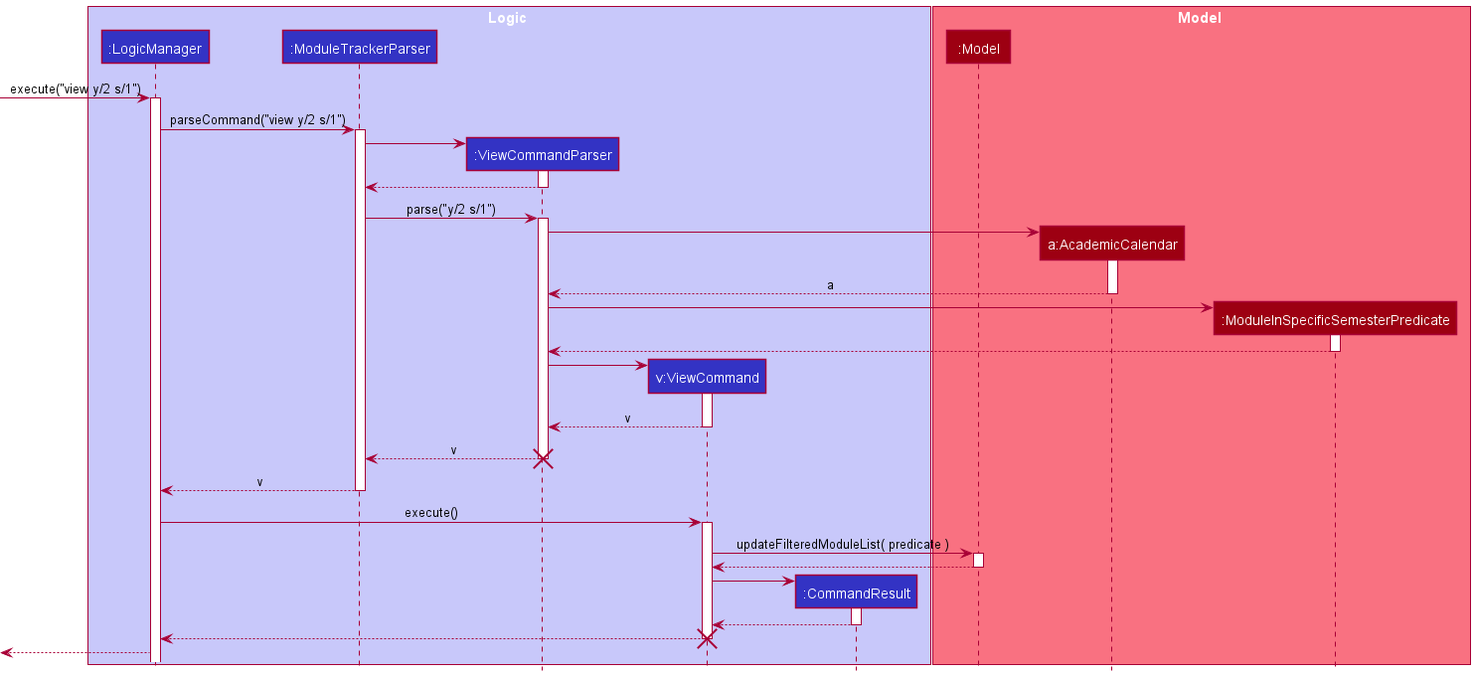
Before: docs/images/ViewSequenceDiagram.png, a diagram exported from PlantUML (nus-cs2103-AY2122S1/tp). Its diagram source:
```plantuml
@startuml

!include Style.puml

box Logic LOGIC_COLOR_T1
participant ":LogicManager" as LogicManager LOGIC_COLOR
participant ":ModuleTrackerParser" as ModuleTrackerParser LOGIC_COLOR
participant ":ViewCommandParser" as ViewCommandParser LOGIC_COLOR
participant "v:ViewCommand" as ViewCommand LOGIC_COLOR
participant ":CommandResult" as CommandResult LOGIC_COLOR
end box

box Model MODEL_COLOR_T1
participant ":Model" as Model MODEL_COLOR
participant "a:AcademicCalendar" as AcademicCalendar MODEL_COLOR
participant ":ModuleInSpecificSemesterPredicate" as ModuleInSpecificSemesterPredicate MODEL_COLOR
end box

[-> LogicManager++ : execute("view y/2 s/1")

LogicManager -> ModuleTrackerParser++ : parseCommand("view y/2 s/1")

create ViewCommandParser
ModuleTrackerParser -> ViewCommandParser++

ViewCommandParser --> ModuleTrackerParser--

ModuleTrackerParser -> ViewCommandParser++ : parse("y/2 s/1")

create AcademicCalendar
ViewCommandParser -> AcademicCalendar++

AcademicCalendar --> ViewCommandParser-- : a

create ModuleInSpecificSemesterPredicate
ViewCommandParser -> ModuleInSpecificSemesterPredicate++

ModuleInSpecificSemesterPredicate --> ViewCommandParser--

create ViewCommand
ViewCommandParser -> ViewCommand++
ViewCommand -->ViewCommandParser-- : v

ViewCommandParser --> ModuleTrackerParser-- : v
destroy ViewCommandParser

ModuleTrackerParser --> LogicManager-- : v

LogicManager -> ViewCommand++ : execute()

ViewCommand -> Model++ : updateFilteredModuleList( predicate )

Model --> ViewCommand--

create CommandResult
ViewCommand -> CommandResult++
CommandResult --> ViewCommand--

ViewCommand --> LogicManager--

destroy ViewCommand
LogicManager -->[

@enduml
```
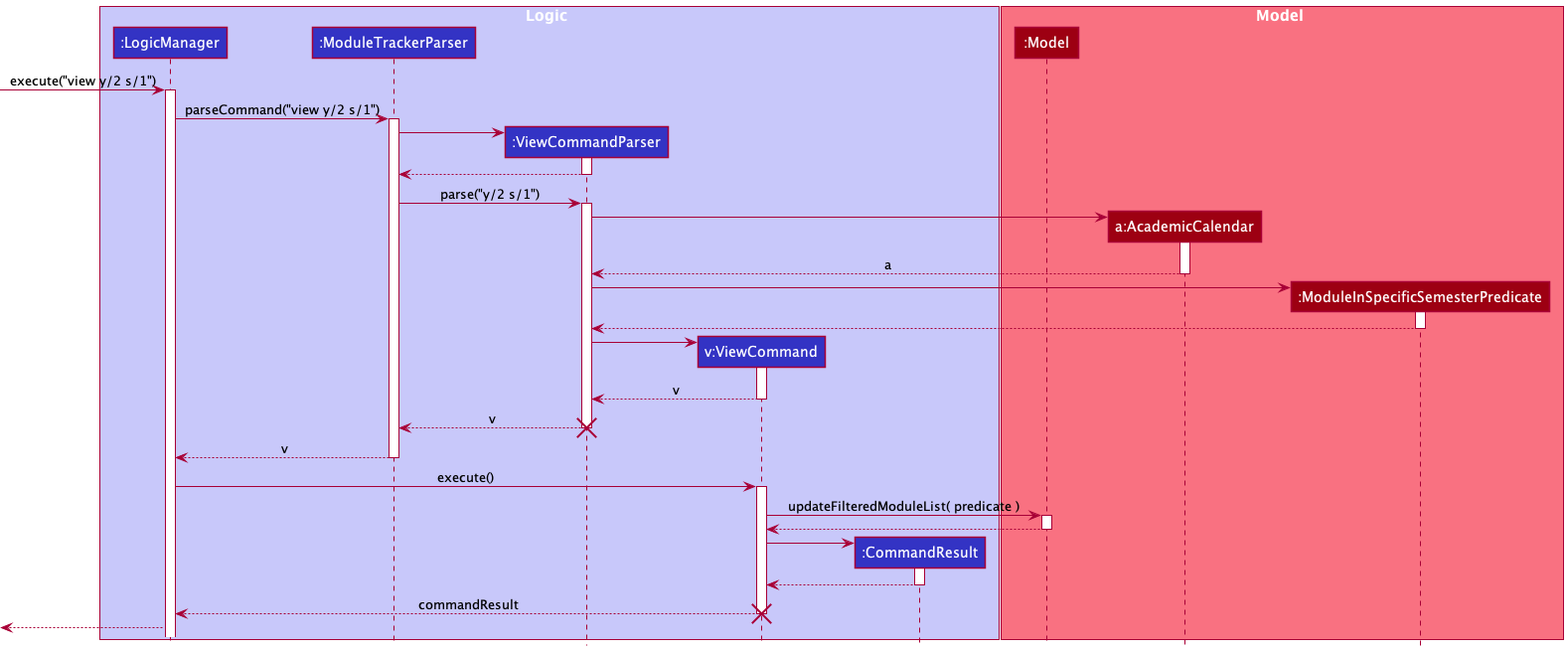
The same diagram one commit later.

Change to the diagram source:
```diff
@@ -56,7 +56,7 @@
 ViewCommand -> CommandResult++
 CommandResult --> ViewCommand--
 
-ViewCommand --> LogicManager--
+ViewCommand --> LogicManager-- : commandResult
 
 destroy ViewCommand
 LogicManager -->[
```
